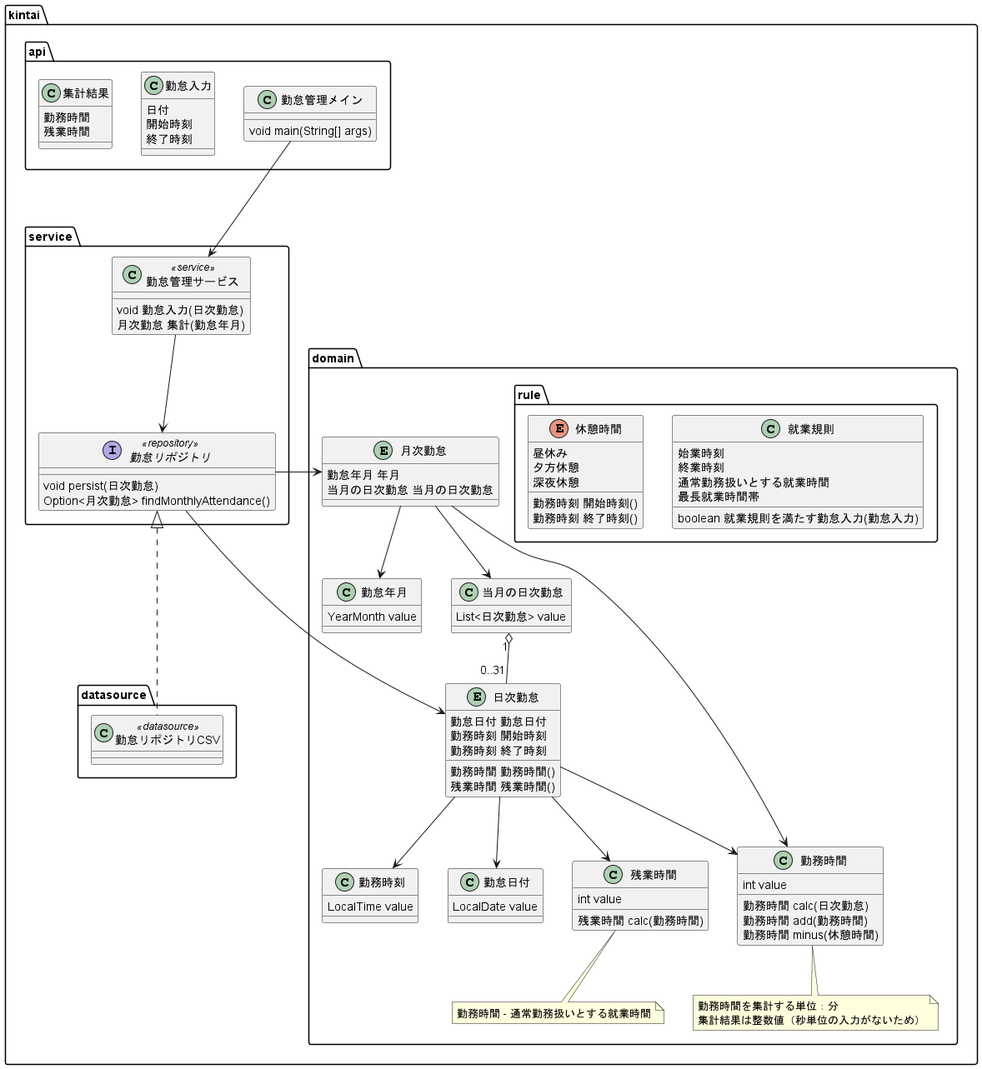
Above: apps/kintai/etc/design/model.png in biglobe-isp/kintai (PlantUML), before the change. The source it was exported from:
```plantuml
@startuml 勤怠管理

package kintai {

    package datasource {
        class 勤怠リポジトリCSV << datasource >>
    }

    package domain {

        package rule {

            class 就業規則 {
                始業時刻
                終業時刻
                通常勤務扱いとする就業時間
                最長就業時間帯

                boolean 就業規則を満たす勤怠入力(勤怠入力)

            }

            enum 休憩時間 {
                昼休み
                夕方休憩
                深夜休憩

                勤務時刻 開始時刻()
                勤務時刻 終了時刻()
            }
        }

        entity 月次勤怠 {
            勤怠年月 年月
            当月の日次勤怠 当月の日次勤怠
        }

        class 勤怠年月 {
            YearMonth value
        }
        class 当月の日次勤怠 {
            List<日次勤怠> value
        }

        entity 日次勤怠 {
            勤怠日付 勤怠日付
            勤務時刻 開始時刻
            勤務時刻 終了時刻
            勤務時間 勤務時間()
            残業時間 残業時間()
        }

        class 勤怠日付 {
            LocalDate value
        }

        class 勤務時刻 {
            LocalTime value
        }

        class 勤務時間 {
            int value

            勤務時間 calc(日次勤怠)
            勤務時間 add(勤務時間)
            勤務時間 minus(休憩時間)
        }
        note bottom of  勤務時間
            勤務時間を集計する単位：分
            集計結果は整数値（秒単位の入力がないため）
        end note

        class 残業時間 {
            int value
            残業時間 calc(勤務時間)
        }
        note bottom of  残業時間
            勤務時間 - 通常勤務扱いとする就業時間
        end note

        月次勤怠  -->  当月の日次勤怠
        当月の日次勤怠  "1" o-- "0..31" 日次勤怠

        月次勤怠-->勤怠年月
        月次勤怠-->勤務時間

        日次勤怠-->勤怠日付
        日次勤怠-->勤務時刻
        日次勤怠-->勤務時間
        日次勤怠-->残業時間
    }

    package service {

        class 勤怠管理サービス << service >> {
            void 勤怠入力(日次勤怠)
            月次勤怠 集計(勤怠年月)
        }

        interface 勤怠リポジトリ << repository >> {
            void persist(日次勤怠)
            Option<月次勤怠> findMonthlyAttendance()
        }

        勤怠管理サービス-->勤怠リポジトリ
        勤怠リポジトリ->月次勤怠
        勤怠リポジトリ->日次勤怠

        勤怠リポジトリ<|... 勤怠リポジトリCSV
    }

    package api {

        class 勤怠管理メイン {
            void main(String[] args)
        }

        class 勤怠入力 {
            日付
            開始時刻
            終了時刻
        }

        class 集計結果 {
            勤務時間
            残業時間
        }

        勤怠管理メイン--->勤怠管理サービス

    }
}

@enduml
```
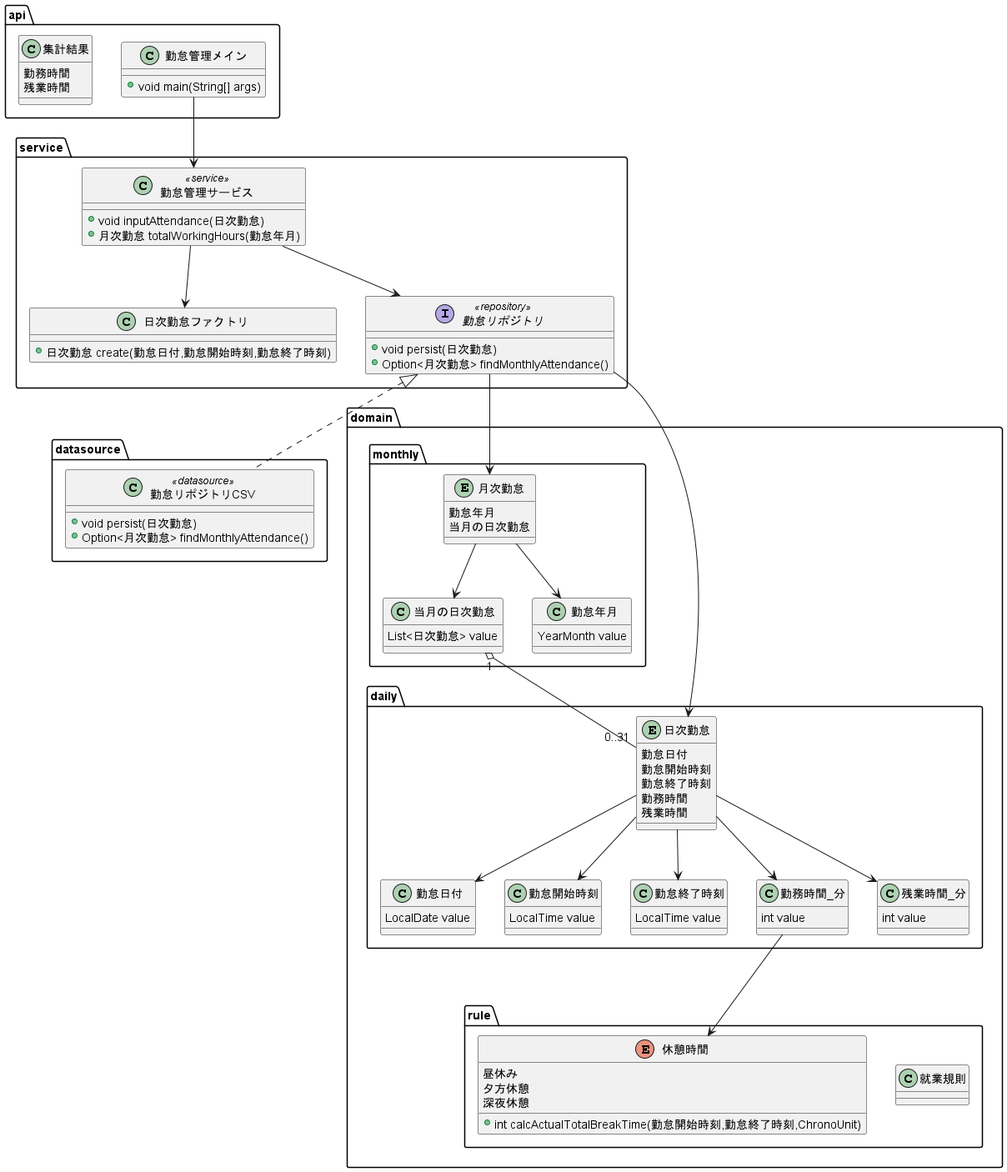
The same file after the commit.

Commit message:
docs:ドメインモデル図をソースコードに合わせて修正

Change to the diagram source:
```diff
@@ -1,134 +1,109 @@
 @startuml 勤怠管理
 
-package kintai {
+package datasource {
+    class 勤怠リポジトリCSV << datasource >> {
+        +void persist(日次勤怠)
+        +Option<月次勤怠> findMonthlyAttendance()
+    }
+}
 
-    package datasource {
-        class 勤怠リポジトリCSV << datasource >>
+package domain {
+    package rule {
+        class 就業規則 {
+
+        }
+
+        enum 休憩時間 {
+            昼休み
+            夕方休憩
+            深夜休憩
+            +int calcActualTotalBreakTime(勤怠開始時刻,勤怠終了時刻,ChronoUnit)
+        }
     }
 
-    package domain {
-
-        package rule {
-
-            class 就業規則 {
-                始業時刻
-                終業時刻
-                通常勤務扱いとする就業時間
-                最長就業時間帯
-
-                boolean 就業規則を満たす勤怠入力(勤怠入力)
-
-            }
-
-            enum 休憩時間 {
-                昼休み
-                夕方休憩
-                深夜休憩
-
-                勤務時刻 開始時刻()
-                勤務時刻 終了時刻()
-            }
+    package monthly {
+        entity 月次勤怠 {
+            勤怠年月
+            当月の日次勤怠
         }
 
-        entity 月次勤怠 {
-            勤怠年月 年月
-            当月の日次勤怠 当月の日次勤怠
+        class 当月の日次勤怠 {
+            List<日次勤怠> value
         }
 
         class 勤怠年月 {
             YearMonth value
         }
-        class 当月の日次勤怠 {
-            List<日次勤怠> value
-        }
+    }
 
+    package daily {
         entity 日次勤怠 {
-            勤怠日付 勤怠日付
-            勤務時刻 開始時刻
-            勤務時刻 終了時刻
-            勤務時間 勤務時間()
-            残業時間 残業時間()
+            勤怠日付
+            勤怠開始時刻
+            勤怠終了時刻
+            勤務時間
+            残業時間
         }
 
         class 勤怠日付 {
             LocalDate value
         }
 
-        class 勤務時刻 {
+        class 勤怠開始時刻 {
             LocalTime value
         }
 
-        class 勤務時間 {
+        class 勤怠終了時刻 {
+            LocalTime value
+        }
+
+        class 勤務時間_分 {
             int value
+        }
 
-            勤務時間 calc(日次勤怠)
-            勤務時間 add(勤務時間)
-            勤務時間 minus(休憩時間)
+        class 残業時間_分 {
+            int value
         }
-        note bottom of  勤務時間
-            勤務時間を集計する単位：分
-            集計結果は整数値（秒単位の入力がないため）
-        end note
-
-        class 残業時間 {
-            int value
-            残業時間 calc(勤務時間)
-        }
-        note bottom of  残業時間
-            勤務時間 - 通常勤務扱いとする就業時間
-        end note
-
-        月次勤怠  -->  当月の日次勤怠
-        当月の日次勤怠  "1" o-- "0..31" 日次勤怠
-
-        月次勤怠-->勤怠年月
-        月次勤怠-->勤務時間
-
-        日次勤怠-->勤怠日付
-        日次勤怠-->勤務時刻
-        日次勤怠-->勤務時間
-        日次勤怠-->残業時間
     }
 
-    package service {
-
-        class 勤怠管理サービス << service >> {
-            void 勤怠入力(日次勤怠)
-            月次勤怠 集計(勤怠年月)
-        }
-
-        interface 勤怠リポジトリ << repository >> {
-            void persist(日次勤怠)
-            Option<月次勤怠> findMonthlyAttendance()
-        }
-
-        勤怠管理サービス-->勤怠リポジトリ
-        勤怠リポジトリ->月次勤怠
-        勤怠リポジトリ->日次勤怠
-
-        勤怠リポジトリ<|... 勤怠リポジトリCSV
-    }
-
-    package api {
-
-        class 勤怠管理メイン {
-            void main(String[] args)
-        }
-
-        class 勤怠入力 {
-            日付
-            開始時刻
-            終了時刻
-        }
-
-        class 集計結果 {
-            勤務時間
-            残業時間
-        }
-
-        勤怠管理メイン--->勤怠管理サービス
-
-    }
+    月次勤怠-->勤怠年月
+    月次勤怠-->当月の日次勤怠
+    当月の日次勤怠  "1" o-- "0..31" 日次勤怠
+    日次勤怠-->勤怠日付
+    日次勤怠-->勤怠開始時刻
+    日次勤怠-->勤怠終了時刻
+    日次勤怠-->勤務時間_分
+    日次勤怠-->残業時間_分
+    勤務時間_分--->休憩時間
 }
 
+package service {
+    class 勤怠管理サービス << service >> {
+        +void inputAttendance(日次勤怠)
+        +月次勤怠 totalWorkingHours(勤怠年月)
+    }
+    class 日次勤怠ファクトリ {
+        +日次勤怠 create(勤怠日付,勤怠開始時刻,勤怠終了時刻)
+    }
+    interface 勤怠リポジトリ << repository >> {
+        +void persist(日次勤怠)
+        +Option<月次勤怠> findMonthlyAttendance()
+    }
+    勤怠管理サービス-->日次勤怠ファクトリ
+    勤怠管理サービス-->勤怠リポジトリ
+    勤怠リポジトリ-->月次勤怠
+    勤怠リポジトリ-->日次勤怠
+    勤怠リポジトリ<|.. 勤怠リポジトリCSV
+}
+
+package api {
+    class 勤怠管理メイン {
+        +void main(String[] args)
+    }
+    class 集計結果 {
+        勤務時間
+        残業時間
+    }
+    勤怠管理メイン-->勤怠管理サービス
+}
 @enduml
```
